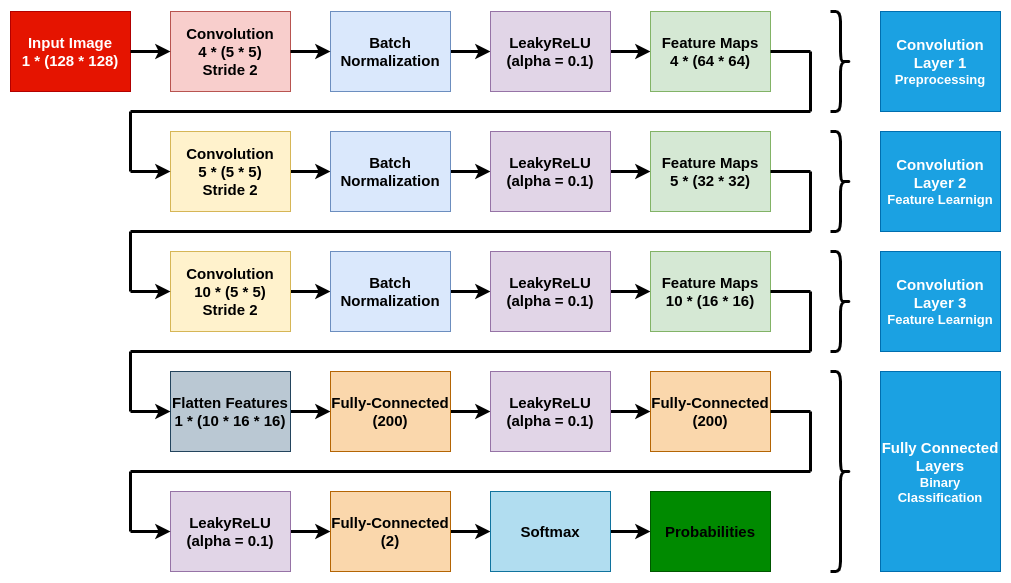
Above: analysis/Catalyst Kernels/static/model-V1.0.0.png in EmadHelmi/steganalysis (draw.io), before the change. Source tidied: cells renumbered, new cells last; positions are measured from the earlier drawing's top-left corner, leaving out a move shared by most shapes.
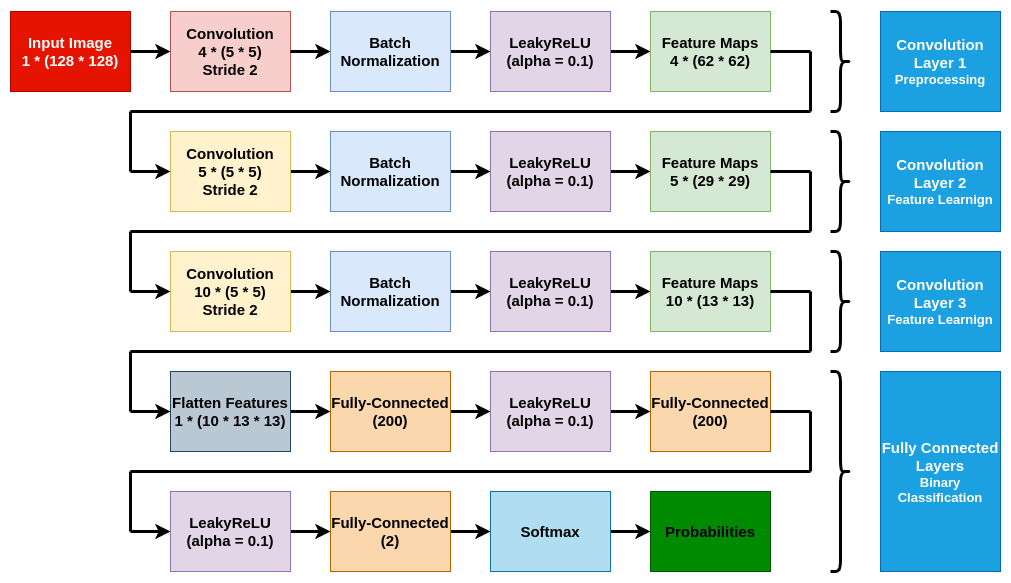
Above is the later version.

Commit message:
Add model 1.4.0, Change diagrams, Change Atrous to Conv2D

What changed in the source:
```diff
@@ -20,7 +20,7 @@
     <mxCell id="7" value="&lt;b style=&quot;font-size: 15px&quot;&gt;LeakyReLU&lt;br&gt;(alpha = 0.1)&lt;/b&gt;" style="rounded=0;whiteSpace=wrap;html=1;fillColor=#e1d5e7;strokeColor=#9673a6;" parent="1" vertex="1">
       <mxGeometry x="480" width="120" height="80" as="geometry" />
     </mxCell>
-    <mxCell id="8" value="&lt;b style=&quot;font-size: 15px&quot;&gt;Feature Maps&lt;br&gt;4 * (64 * 64)&lt;/b&gt;" style="rounded=0;whiteSpace=wrap;html=1;fillColor=#d5e8d4;strokeColor=#82b366;" parent="1" vertex="1">
+    <mxCell id="8" value="&lt;b style=&quot;font-size: 15px&quot;&gt;Feature Maps&lt;br&gt;4 * (62 * 62)&lt;/b&gt;" style="rounded=0;whiteSpace=wrap;html=1;fillColor=#d5e8d4;strokeColor=#82b366;" parent="1" vertex="1">
       <mxGeometry x="640" width="120" height="80" as="geometry" />
     </mxCell>
     <mxCell id="9" style="edgeStyle=orthogonalEdgeStyle;rounded=0;jettySize=auto;html=1;strokeWidth=3;" parent="1" edge="1" source="10" target="12">
@@ -41,7 +41,7 @@
     <mxCell id="14" value="&lt;b style=&quot;font-size: 15px&quot;&gt;LeakyReLU&lt;br&gt;(alpha = 0.1)&lt;/b&gt;" style="rounded=0;whiteSpace=wrap;html=1;fillColor=#e1d5e7;strokeColor=#9673a6;" parent="1" vertex="1">
       <mxGeometry x="480" y="120" width="120" height="80" as="geometry" />
     </mxCell>
-    <mxCell id="15" value="&lt;b style=&quot;font-size: 15px&quot;&gt;Feature Maps&lt;br&gt;5 * (32 * 32)&lt;/b&gt;" style="rounded=0;whiteSpace=wrap;html=1;fillColor=#d5e8d4;strokeColor=#82b366;" parent="1" vertex="1">
+    <mxCell id="15" value="&lt;b style=&quot;font-size: 15px&quot;&gt;Feature Maps&lt;br&gt;5 * (29 * 29)&lt;/b&gt;" style="rounded=0;whiteSpace=wrap;html=1;fillColor=#d5e8d4;strokeColor=#82b366;" parent="1" vertex="1">
       <mxGeometry x="640" y="120" width="120" height="80" as="geometry" />
     </mxCell>
     <mxCell id="16" style="edgeStyle=orthogonalEdgeStyle;rounded=0;jettySize=auto;html=1;strokeWidth=3;" parent="1" edge="1" source="17" target="19">
@@ -62,13 +62,13 @@
     <mxCell id="21" value="&lt;b style=&quot;font-size: 15px&quot;&gt;LeakyReLU&lt;br&gt;(alpha = 0.1)&lt;/b&gt;" style="rounded=0;whiteSpace=wrap;html=1;fillColor=#e1d5e7;strokeColor=#9673a6;" parent="1" vertex="1">
       <mxGeometry x="480" y="240" width="120" height="80" as="geometry" />
     </mxCell>
-    <mxCell id="22" value="&lt;b style=&quot;font-size: 15px&quot;&gt;Feature Maps&lt;br&gt;10 * (16 * 16)&lt;/b&gt;" style="rounded=0;whiteSpace=wrap;html=1;fillColor=#d5e8d4;strokeColor=#82b366;" parent="1" vertex="1">
+    <mxCell id="22" value="&lt;b style=&quot;font-size: 15px&quot;&gt;Feature Maps&lt;br&gt;10 * (13 * 13)&lt;/b&gt;" style="rounded=0;whiteSpace=wrap;html=1;fillColor=#d5e8d4;strokeColor=#82b366;" parent="1" vertex="1">
       <mxGeometry x="640" y="240" width="120" height="80" as="geometry" />
     </mxCell>
     <mxCell id="23" style="edgeStyle=orthogonalEdgeStyle;rounded=0;jettySize=auto;html=1;strokeWidth=3;" parent="1" edge="1" source="24" target="26">
       <mxGeometry relative="1" as="geometry" />
     </mxCell>
-    <mxCell id="24" value="&lt;b style=&quot;font-size: 15px&quot;&gt;Flatten Features&lt;br&gt;1 * (10 * 16 * 16)&lt;/b&gt;" style="rounded=0;whiteSpace=wrap;html=1;fillColor=#bac8d3;strokeColor=#23445d;" parent="1" vertex="1">
+    <mxCell id="24" value="&lt;b style=&quot;font-size: 15px&quot;&gt;Flatten Features&lt;br&gt;1 * (10 * 13 * 13)&lt;/b&gt;" style="rounded=0;whiteSpace=wrap;html=1;fillColor=#bac8d3;strokeColor=#23445d;" parent="1" vertex="1">
       <mxGeometry x="160" y="360" width="120" height="80" as="geometry" />
     </mxCell>
     <mxCell id="25" style="edgeStyle=orthogonalEdgeStyle;rounded=0;jettySize=auto;html=1;strokeWidth=3;" parent="1" edge="1" source="26" target="28">
```
